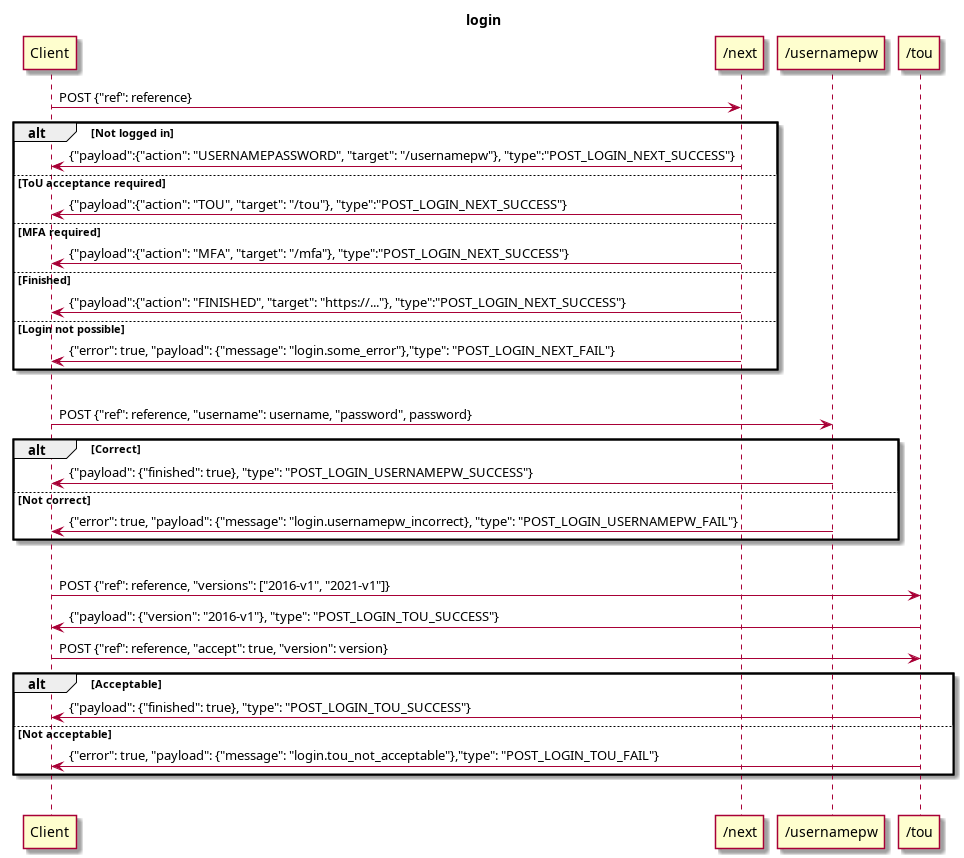
Above: doc/login.png in SUNET/eduid-backend (PlantUML), before the change.
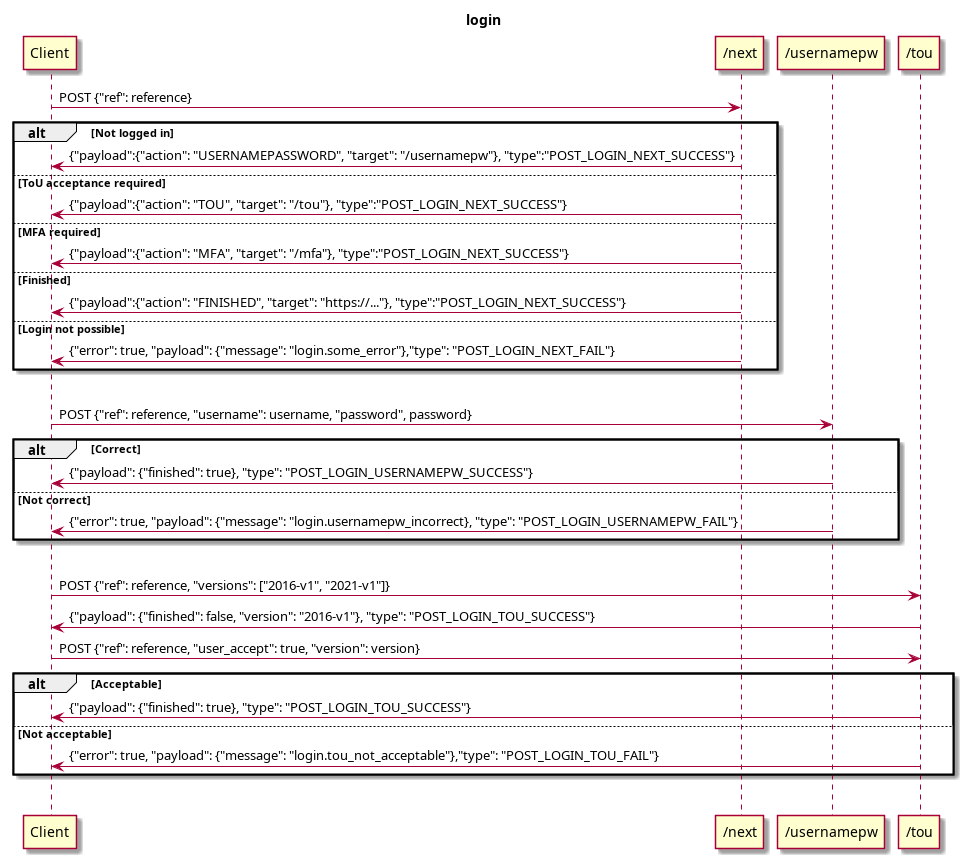
Above is the later version.

Commit message:
some more tou tinkering

What changed in the source:
```diff
@@ -24,10 +24,10 @@
 |||
 
 Client->"/tou": POST {"ref": reference, "versions": ["2016-v1", "2021-v1"]}
-"/tou"->Client: {"payload": {"version": "2016-v1"}, "type": "POST_LOGIN_TOU_SUCCESS"}
+"/tou"->Client: {"payload": {"finished": false, "version": "2016-v1"}, "type": "POST_LOGIN_TOU_SUCCESS"}
 
 
-Client->"/tou": POST {"ref": reference, "accept": true, "version": version}
+Client->"/tou": POST {"ref": reference, "user_accept": true, "version": version}
 alt Acceptable
     "/tou"->Client: {"payload": {"finished": true}, "type": "POST_LOGIN_TOU_SUCCESS"}
 else Not acceptable
```
